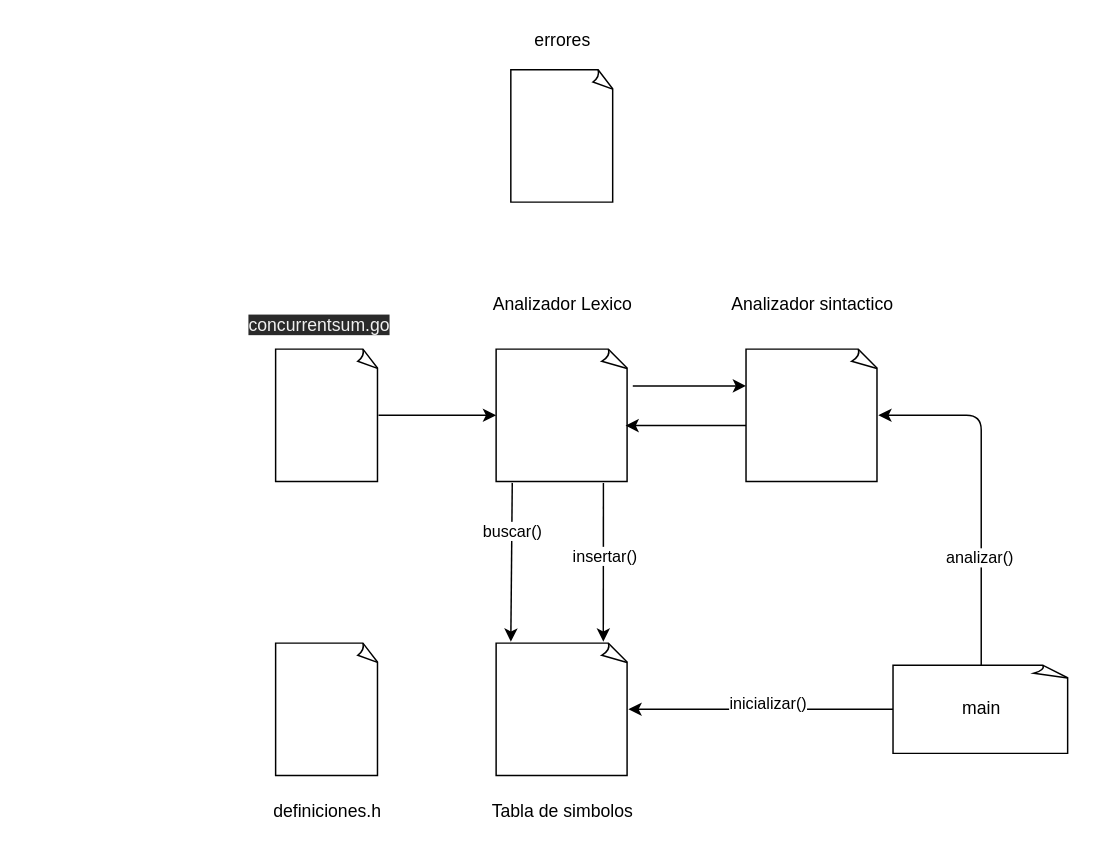
This is documentos/diagrama.drawio from aarondominguezcostas/goCompiler, a draw.io file, before an edit. Source tidied: cells renumbered, new cells numbered last; positions are measured from the earlier drawing's top-left corner, leaving out a move shared by most shapes. Both pictures are drawn from the tidied source at 147%, with x=0, y=0 at pixel (245, 25).
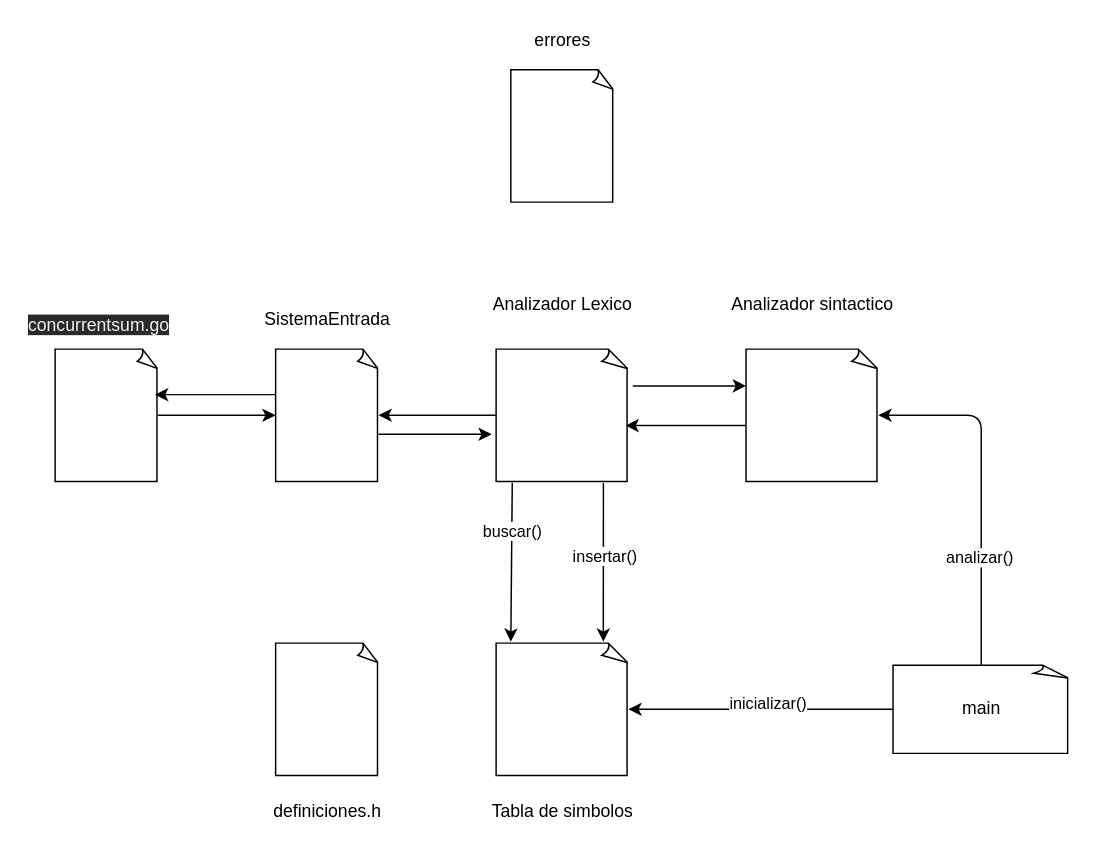
After the change.

The change refers to these unchanged cells:
```xml
<mxCell id="6" style="whiteSpace=wrap;html=1;shape=mxgraph.basic.document;" parent="1" vertex="1">
  <mxGeometry x="170" y="220" width="90" height="90" as="geometry" />
</mxCell>
```

Change to the diagram source:
```diff
@@
-    <mxCell id="2" style="edgeStyle=none;html=1;exitX=1;exitY=0.5;exitDx=0;exitDy=0;exitPerimeter=0;entryX=0;entryY=0.5;entryDx=0;entryDy=0;entryPerimeter=0;" parent="1" edge="1" source="3" target="6">
-      <mxGeometry relative="1" as="geometry" />
-    </mxCell>
+    <mxCell id="27" style="edgeStyle=none;html=1;entryX=0;entryY=0.5;entryDx=0;entryDy=0;entryPerimeter=0;" parent="1" edge="1" source="3" target="31">
+      <mxGeometry relative="1" as="geometry" />
+    </mxCell>
     <mxCell id="3" style="whiteSpace=wrap;html=1;shape=mxgraph.basic.document;" parent="1" vertex="1">
-      <mxGeometry x="20" y="220" width="70" height="90" as="geometry" />
+      <mxGeometry x="-130" y="220" width="70" height="90" as="geometry" />
     </mxCell>
     <mxCell id="4" value="&lt;span style=&quot;color: rgb(240, 240, 240); font-family: helvetica; font-size: 12px; font-style: normal; font-weight: 400; letter-spacing: normal; text-align: center; text-indent: 0px; text-transform: none; word-spacing: 0px; background-color: rgb(42, 42, 42); display: inline; float: none;&quot;&gt;concurrentsum.go&lt;/span&gt;" style="text;whiteSpace=wrap;html=1;" parent="1" vertex="1">
-      <mxGeometry y="190" width="110" height="30" as="geometry" />
+      <mxGeometry x="-150" y="190" width="110" height="30" as="geometry" />
     </mxCell>
@@
+    <mxCell id="28" style="edgeStyle=none;html=1;entryX=1;entryY=0.5;entryDx=0;entryDy=0;entryPerimeter=0;" parent="1" edge="1" source="6" target="31">
+      <mxGeometry relative="1" as="geometry" />
+    </mxCell>
@@
+    <mxCell id="29" style="edgeStyle=none;html=1;entryX=0.971;entryY=0.344;entryDx=0;entryDy=0;entryPerimeter=0;exitX=0;exitY=0.344;exitDx=0;exitDy=0;exitPerimeter=0;" parent="1" edge="1" source="31" target="3">
+      <mxGeometry relative="1" as="geometry" />
+    </mxCell>
+    <mxCell id="30" style="edgeStyle=none;html=1;exitX=1;exitY=0.644;exitDx=0;exitDy=0;exitPerimeter=0;entryX=-0.033;entryY=0.644;entryDx=0;entryDy=0;entryPerimeter=0;" parent="1" edge="1" source="31" target="6">
+      <mxGeometry relative="1" as="geometry" />
+    </mxCell>
+    <mxCell id="31" style="whiteSpace=wrap;html=1;shape=mxgraph.basic.document;" parent="1" vertex="1">
+      <mxGeometry x="20" y="220" width="70" height="90" as="geometry" />
+    </mxCell>
+    <mxCell id="32" value="SistemaEntrada&lt;br&gt;" style="text;html=1;align=center;verticalAlign=middle;strokeColor=none;fillColor=none;" parent="1" vertex="1">
+      <mxGeometry x="5" y="190" width="100" height="20" as="geometry" />
+    </mxCell>
```
